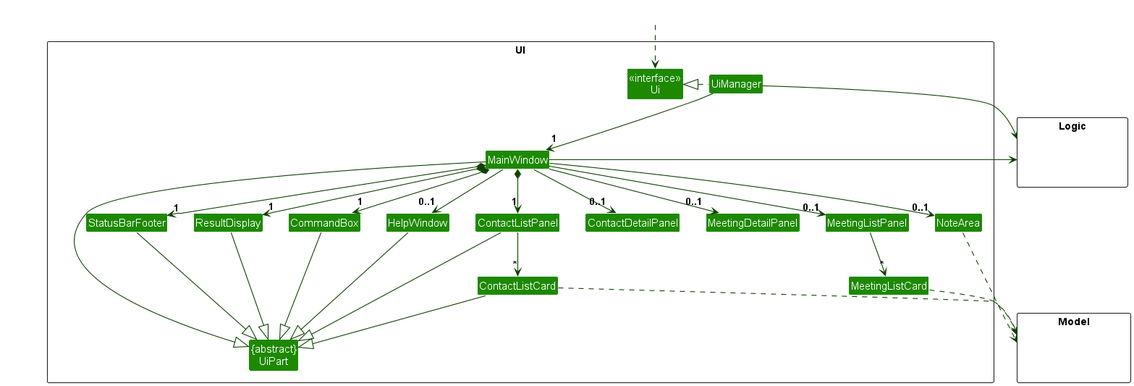
Earlier version of the PlantUML export docs/images/UiClassDiagram.png (s-peiran/tp). The source it was exported from:
```plantuml
@startuml
!include style.puml
skinparam arrowThickness 1.1
skinparam arrowColor UI_COLOR_T4
skinparam classBackgroundColor UI_COLOR

package UI <<Rectangle>>{
Class "<<interface>>\nUi" as Ui
Class "{abstract}\nUiPart" as UiPart
Class UiManager
Class MainWindow
Class HelpWindow
Class ResultDisplay
Class ContactDetailPanel
Class ContactListPanel
Class ContactListCard
Class StatusBarFooter
Class CommandBox
Class MeetingDetailPanel
Class MeetingListPanel
Class MeetingListCard
Class NoteArea
}

package Model <<Rectangle>> {
Class HiddenModel #FFFFFF
}

package Logic <<Rectangle>> {
Class HiddenLogic #FFFFFF
}

Class HiddenOutside #FFFFFF
HiddenOutside ..> Ui

UiManager .left.|> Ui
UiManager -down-> "1" MainWindow
MainWindow *-down->  "1" CommandBox
MainWindow *-down-> "1" ResultDisplay
MainWindow *-down-> "1" ContactListPanel
MainWindow *-down-> "1" StatusBarFooter
MainWindow --> "0..1" HelpWindow
MainWindow --> "0..1" MeetingListPanel
MainWindow --> "0..1" ContactDetailPanel
MainWindow --> "0..1" MeetingDetailPanel
MainWindow --> "0..1" NoteArea

ContactListPanel -down-> "*" ContactListCard
MeetingListPanel -down-> "*" MeetingListCard

MainWindow -left-|> UiPart

ResultDisplay --|> UiPart
CommandBox --|> UiPart
ContactListPanel --|> UiPart
ContactListCard --|> UiPart
StatusBarFooter --|> UiPart
HelpWindow --|> UiPart

ContactListCard ..> Model
MeetingListCard ..> Model
NoteArea ..> Model
UiManager -right-> Logic
MainWindow -left-> Logic

ContactListPanel -[hidden]left- HelpWindow
HelpWindow -[hidden]left- CommandBox
CommandBox -[hidden]left- ResultDisplay
ResultDisplay -[hidden]left- StatusBarFooter

MainWindow -[hidden]-|> UiPart
@enduml
```
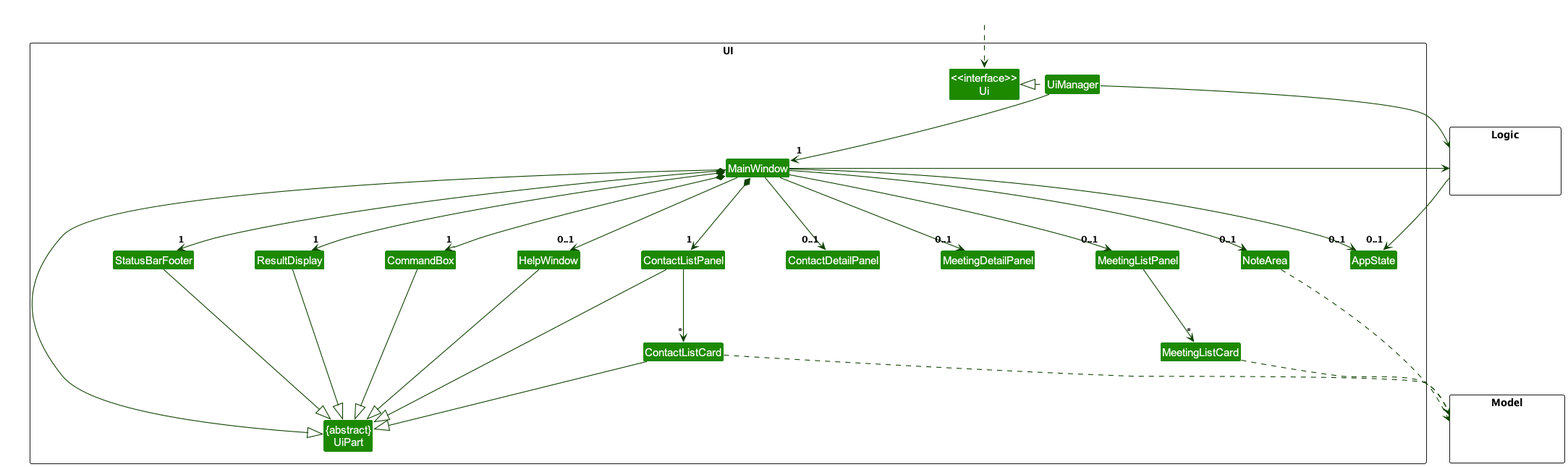
After the change.

Diff of the diagram source:
```diff
@@ -7,6 +7,7 @@
 package UI <<Rectangle>>{
 Class "<<interface>>\nUi" as Ui
 Class "{abstract}\nUiPart" as UiPart
+Class AppState
 Class UiManager
 Class MainWindow
 Class HelpWindow
@@ -44,6 +45,7 @@
 MainWindow --> "0..1" ContactDetailPanel
 MainWindow --> "0..1" MeetingDetailPanel
 MainWindow --> "0..1" NoteArea
+MainWindow -down-> "0..1" AppState
 
 ContactListPanel -down-> "*" ContactListCard
 MeetingListPanel -down-> "*" MeetingListCard
@@ -60,6 +62,7 @@
 ContactListCard ..> Model
 MeetingListCard ..> Model
 NoteArea ..> Model
+Logic -> "0..1" AppState
 UiManager -right-> Logic
 MainWindow -left-> Logic
 
```
